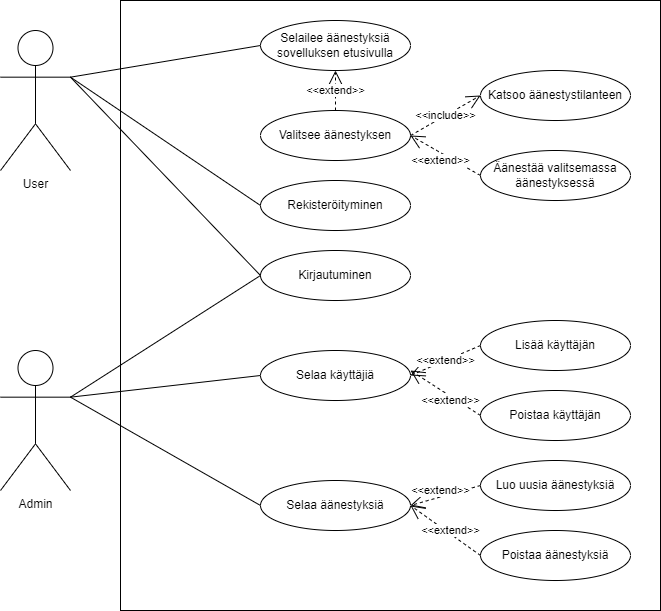
Earlier version of the draw.io export aanestyskaavio.drawio.png (LaGyn/Voting-app). Source tidied: cells renumbered, new cells last; positions are measured from the earlier drawing's top-left corner, leaving out a move shared by most shapes.
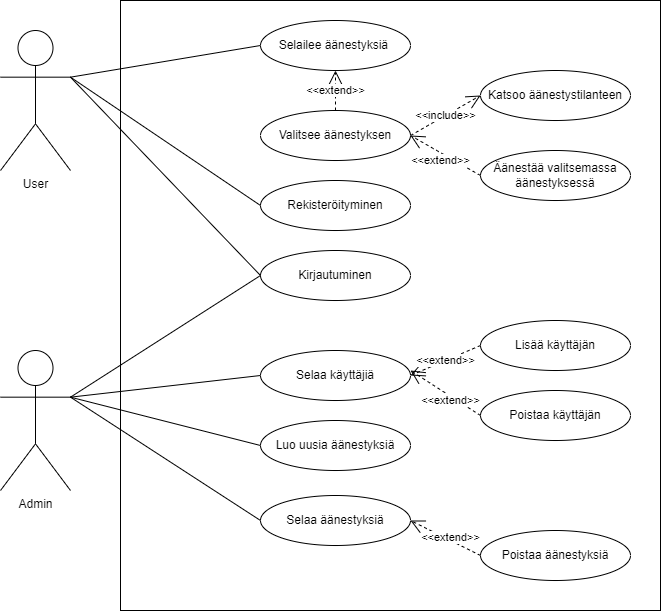
Above is the later version.

Commit message:
siirrettiin "luo uusia äänestyksiä"

What changed in the source:
```diff
@@ -14,7 +14,7 @@
     <mxCell id="5" value="Valitsee äänestyksen" style="ellipse;whiteSpace=wrap;html=1;" parent="1" vertex="1">
       <mxGeometry x="260" y="110" width="150" height="50" as="geometry" />
     </mxCell>
-    <mxCell id="6" value="Selailee äänestyksiä sovelluksen etusivulla" style="ellipse;whiteSpace=wrap;html=1;" parent="1" vertex="1">
+    <mxCell id="6" value="Selailee äänestyksiä&amp;nbsp;" style="ellipse;whiteSpace=wrap;html=1;" parent="1" vertex="1">
       <mxGeometry x="260" y="20" width="150" height="50" as="geometry" />
     </mxCell>
     <mxCell id="7" value="Katsoo äänestystilanteen" style="ellipse;whiteSpace=wrap;html=1;" parent="1" vertex="1">
@@ -24,7 +24,7 @@
       <mxGeometry x="480" y="150" width="150" height="50" as="geometry" />
     </mxCell>
     <mxCell id="9" value="Luo uusia äänestyksiä" style="ellipse;whiteSpace=wrap;html=1;" parent="1" vertex="1">
-      <mxGeometry x="480" y="460" width="150" height="50" as="geometry" />
+      <mxGeometry x="260" y="420" width="150" height="50" as="geometry" />
     </mxCell>
     <mxCell id="10" value="Poistaa äänestyksiä" style="ellipse;whiteSpace=wrap;html=1;" parent="1" vertex="1">
       <mxGeometry x="480" y="530" width="150" height="50" as="geometry" />
@@ -66,7 +66,7 @@
       <mxGeometry relative="1" as="geometry" />
     </mxCell>
     <mxCell id="23" value="Selaa äänestyksiä" style="ellipse;whiteSpace=wrap;html=1;" parent="1" vertex="1">
-      <mxGeometry x="260" y="480" width="150" height="50" as="geometry" />
+      <mxGeometry x="260" y="495" width="150" height="50" as="geometry" />
     </mxCell>
     <mxCell id="24" style="endArrow=none;html=1;exitX=0;exitY=0.5;exitDx=0;exitDy=0;entryX=1;entryY=0.3333333333333333;entryDx=0;entryDy=0;entryPerimeter=0;" parent="1" edge="1" source="23" target="2">
       <mxGeometry relative="1" as="geometry" />
@@ -79,14 +79,14 @@
         <mxPoint y="-1" as="offset" />
       </mxGeometry>
     </mxCell>
-    <mxCell id="27" value="&amp;lt;&amp;lt;extend&amp;gt;&amp;gt;" style="endArrow=open;endSize=12;dashed=1;html=1;entryX=1;entryY=0.5;entryDx=0;entryDy=0;exitX=0;exitY=0.5;exitDx=0;exitDy=0;" parent="1" edge="1" source="9" target="23">
-      <mxGeometry x="0.09" y="-6" relative="1" as="geometry" />
-    </mxCell>
     <mxCell id="28" value="&amp;lt;&amp;lt;extend&amp;gt;&amp;gt;" style="endArrow=open;endSize=12;dashed=1;html=1;entryX=1;entryY=0.5;entryDx=0;entryDy=0;exitX=0;exitY=0.5;exitDx=0;exitDy=0;" parent="1" edge="1" source="10" target="23">
       <mxGeometry x="-0.09" y="-3" relative="1" as="geometry" />
     </mxCell>
     <mxCell id="29" value="&amp;lt;&amp;lt;include&amp;gt;&amp;gt;" style="endArrow=open;endSize=12;dashed=1;html=1;entryX=0;entryY=0.5;entryDx=0;entryDy=0;exitX=1;exitY=0.5;exitDx=0;exitDy=0;" parent="1" edge="1" source="5" target="7">
       <mxGeometry relative="1" as="geometry" />
     </mxCell>
+    <mxCell id="30" style="endArrow=none;html=1;exitX=0;exitY=0.5;exitDx=0;exitDy=0;entryX=1;entryY=0.3333333333333333;entryDx=0;entryDy=0;entryPerimeter=0;" parent="1" edge="1" source="9" target="2">
+      <mxGeometry relative="1" as="geometry" />
+    </mxCell>
   </root>
 </mxGraphModel>
```
